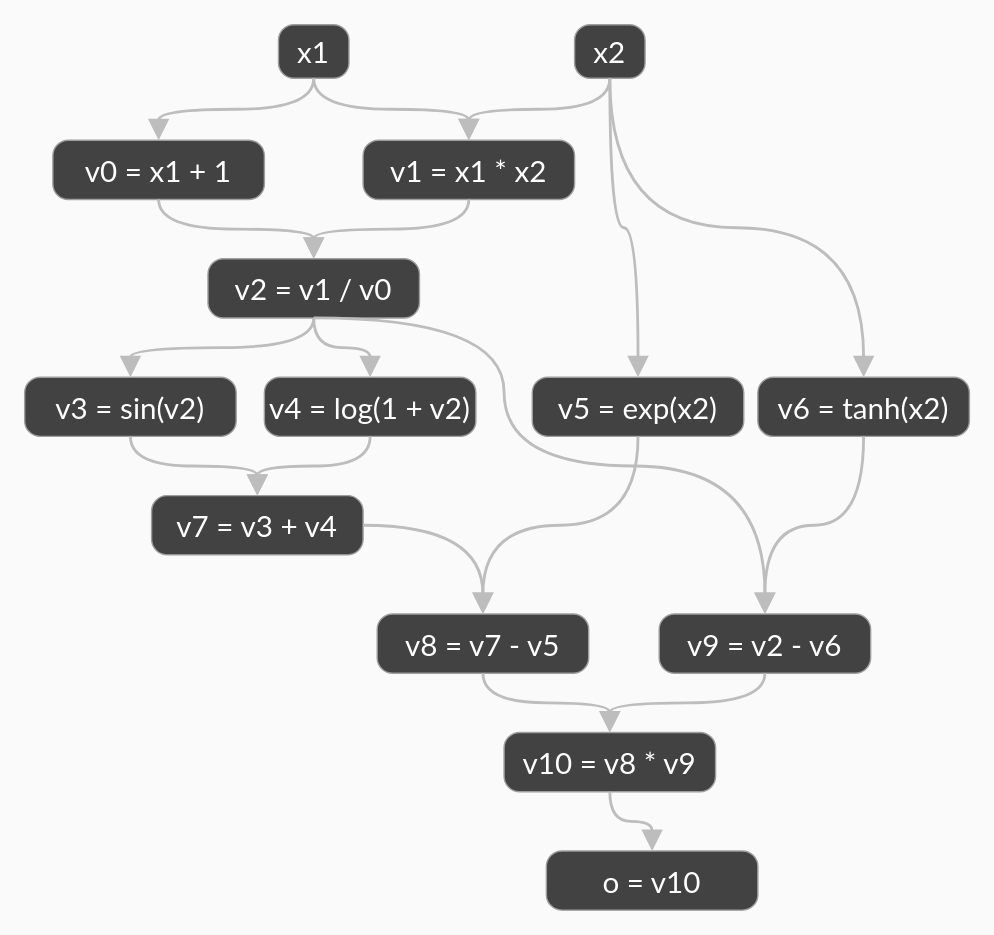
JiayinCao/AGraphicsGuyNotes keeps this draw.io diagram as img/posts/procedural_uv_derivatives_evaluation_in_sort_renderer/eval_graph_light.drawio. Above is the earlier version. Source tidied: cells renumbered, new cells numbered last; positions are measured from the earlier drawing's top-left corner, leaving out a move shared by most shapes. Both pictures are drawn from the tidied source at 141%, with x=0, y=0 at pixel (24, 24).
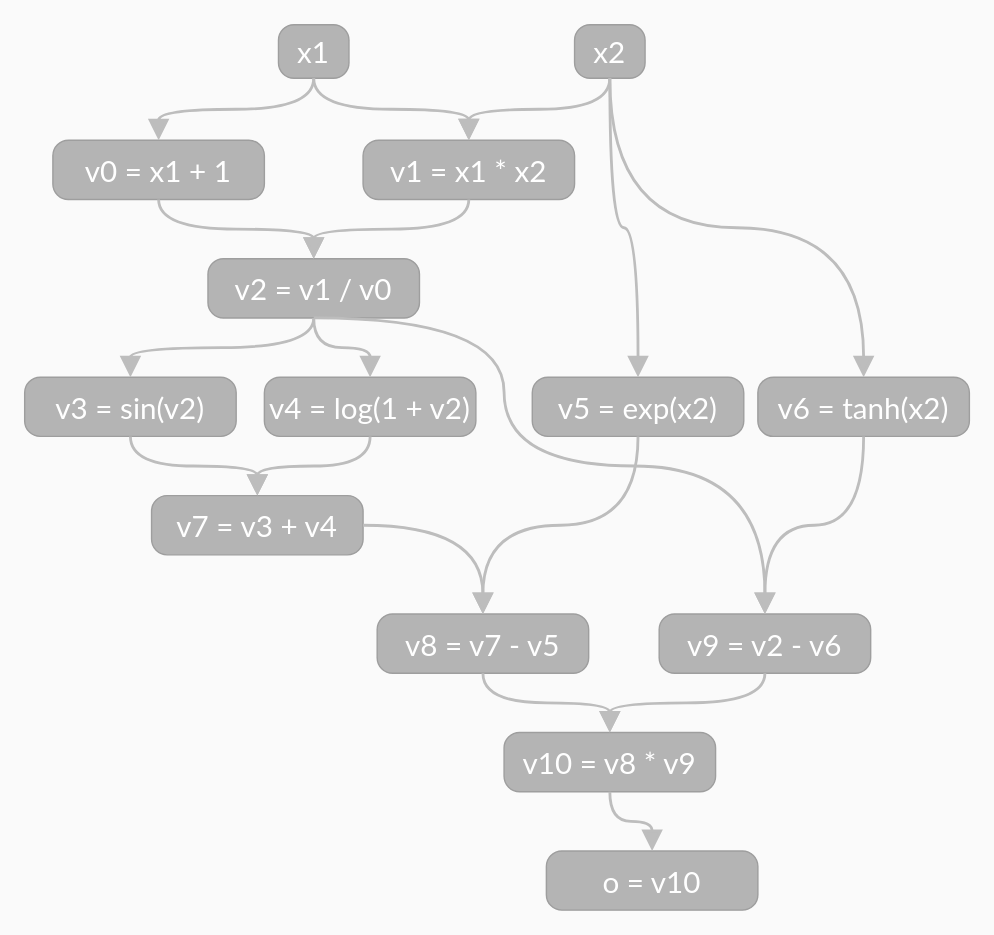
Above is the later version.

Commit message (it also covers changes not shown here):
Updated incorrect graph color

What changed in the source:
```diff
@@
-    <mxCell id="2" value="x1" style="rounded=1;absoluteArcSize=1;arcSize=22;whiteSpace=wrap;html=1;fillColor=#424242;strokeColor=light-dark(#9E9E9E,#080808);fontColor=#ffffff;fontFamily=Lato;fontSize=21;align=center;verticalAlign=middle;" parent="1" vertex="1">
+    <mxCell id="2" value="x1" style="rounded=1;absoluteArcSize=1;arcSize=22;whiteSpace=wrap;html=1;fillColor=light-dark(#B4B4B4,#B4B4B4);strokeColor=light-dark(#9E9E9E,#080808);fontColor=#ffffff;fontFamily=Lato;fontSize=21;align=center;verticalAlign=middle;" parent="1" vertex="1">
       <mxGeometry x="180" width="50" height="38" as="geometry" />
     </mxCell>
-    <mxCell id="3" value="x2" style="rounded=1;absoluteArcSize=1;arcSize=22;whiteSpace=wrap;html=1;fillColor=#424242;strokeColor=light-dark(#9E9E9E,#080808);fontColor=#ffffff;fontFamily=Lato;fontSize=21;align=center;verticalAlign=middle;" parent="1" vertex="1">
+    <mxCell id="3" value="x2" style="rounded=1;absoluteArcSize=1;arcSize=22;whiteSpace=wrap;html=1;fillColor=light-dark(#B4B4B4,#B4B4B4);strokeColor=light-dark(#9E9E9E,#080808);fontColor=#ffffff;fontFamily=Lato;fontSize=21;align=center;verticalAlign=middle;" parent="1" vertex="1">
       <mxGeometry x="390" width="50" height="38" as="geometry" />
     </mxCell>
-    <mxCell id="4" value="v0 = x1 + 1" style="rounded=1;absoluteArcSize=1;arcSize=22;whiteSpace=wrap;html=1;fillColor=#424242;strokeColor=light-dark(#9E9E9E,#080808);fontColor=#ffffff;fontFamily=Lato;fontSize=21;align=center;verticalAlign=middle;" parent="1" vertex="1">
+    <mxCell id="4" value="v0 = x1 + 1" style="rounded=1;absoluteArcSize=1;arcSize=22;whiteSpace=wrap;html=1;fillColor=light-dark(#B4B4B4,#B4B4B4);strokeColor=light-dark(#9E9E9E,#080808);fontColor=#ffffff;fontFamily=Lato;fontSize=21;align=center;verticalAlign=middle;" parent="1" vertex="1">
       <mxGeometry x="20" y="82" width="150" height="42" as="geometry" />
     </mxCell>
-    <mxCell id="5" value="v1 = x1 * x2" style="rounded=1;absoluteArcSize=1;arcSize=22;whiteSpace=wrap;html=1;fillColor=#424242;strokeColor=light-dark(#9E9E9E,#080808);fontColor=#ffffff;fontFamily=Lato;fontSize=21;align=center;verticalAlign=middle;" parent="1" vertex="1">
+    <mxCell id="5" value="v1 = x1 * x2" style="rounded=1;absoluteArcSize=1;arcSize=22;whiteSpace=wrap;html=1;fillColor=light-dark(#B4B4B4,#B4B4B4);strokeColor=light-dark(#9E9E9E,#080808);fontColor=#ffffff;fontFamily=Lato;fontSize=21;align=center;verticalAlign=middle;" parent="1" vertex="1">
       <mxGeometry x="240" y="82" width="150" height="42" as="geometry" />
     </mxCell>
-    <mxCell id="6" value="v2 = v1 / v0" style="rounded=1;absoluteArcSize=1;arcSize=22;whiteSpace=wrap;html=1;fillColor=#424242;strokeColor=light-dark(#9E9E9E,#080808);fontColor=#ffffff;fontFamily=Lato;fontSize=21;align=center;verticalAlign=middle;" parent="1" vertex="1">
+    <mxCell id="6" value="v2 = v1 / v0" style="rounded=1;absoluteArcSize=1;arcSize=22;whiteSpace=wrap;html=1;fillColor=light-dark(#B4B4B4,#B4B4B4);strokeColor=light-dark(#9E9E9E,#080808);fontColor=#ffffff;fontFamily=Lato;fontSize=21;align=center;verticalAlign=middle;" parent="1" vertex="1">
       <mxGeometry x="130" y="166" width="150" height="42" as="geometry" />
     </mxCell>
-    <mxCell id="7" value="v3 = sin(v2)" style="rounded=1;absoluteArcSize=1;arcSize=22;whiteSpace=wrap;html=1;fillColor=#424242;strokeColor=light-dark(#9E9E9E,#080808);fontColor=#ffffff;fontFamily=Lato;fontSize=21;align=center;verticalAlign=middle;" parent="1" vertex="1">
+    <mxCell id="7" value="v3 = sin(v2)" style="rounded=1;absoluteArcSize=1;arcSize=22;whiteSpace=wrap;html=1;fillColor=light-dark(#B4B4B4,#B4B4B4);strokeColor=light-dark(#9E9E9E,#080808);fontColor=#ffffff;fontFamily=Lato;fontSize=21;align=center;verticalAlign=middle;" parent="1" vertex="1">
       <mxGeometry y="250" width="150" height="42" as="geometry" />
     </mxCell>
-    <mxCell id="8" value="v4 = log(1 + v2)" style="rounded=1;absoluteArcSize=1;arcSize=22;whiteSpace=wrap;html=1;fillColor=#424242;strokeColor=light-dark(#9E9E9E,#080808);fontColor=#ffffff;fontFamily=Lato;fontSize=21;align=center;verticalAlign=middle;" parent="1" vertex="1">
+    <mxCell id="8" value="v4 = log(1 + v2)" style="rounded=1;absoluteArcSize=1;arcSize=22;whiteSpace=wrap;html=1;fillColor=light-dark(#B4B4B4,#B4B4B4);strokeColor=light-dark(#9E9E9E,#080808);fontColor=#ffffff;fontFamily=Lato;fontSize=21;align=center;verticalAlign=middle;" parent="1" vertex="1">
       <mxGeometry x="170" y="250" width="150" height="42" as="geometry" />
     </mxCell>
-    <mxCell id="9" value="v5 = exp(x2)" style="rounded=1;absoluteArcSize=1;arcSize=22;whiteSpace=wrap;html=1;fillColor=#424242;strokeColor=light-dark(#9E9E9E,#080808);fontColor=#ffffff;fontFamily=Lato;fontSize=21;align=center;verticalAlign=middle;" parent="1" vertex="1">
+    <mxCell id="9" value="v5 = exp(x2)" style="rounded=1;absoluteArcSize=1;arcSize=22;whiteSpace=wrap;html=1;fillColor=light-dark(#B4B4B4,#B4B4B4);strokeColor=light-dark(#9E9E9E,#080808);fontColor=#ffffff;fontFamily=Lato;fontSize=21;align=center;verticalAlign=middle;" parent="1" vertex="1">
       <mxGeometry x="360" y="250" width="150" height="42" as="geometry" />
     </mxCell>
-    <mxCell id="10" value="v6 = tanh(x2)" style="rounded=1;absoluteArcSize=1;arcSize=22;whiteSpace=wrap;html=1;fillColor=#424242;strokeColor=light-dark(#9E9E9E,#080808);fontColor=#ffffff;fontFamily=Lato;fontSize=21;align=center;verticalAlign=middle;" parent="1" vertex="1">
+    <mxCell id="10" value="v6 = tanh(x2)" style="rounded=1;absoluteArcSize=1;arcSize=22;whiteSpace=wrap;html=1;fillColor=light-dark(#B4B4B4,#B4B4B4);strokeColor=light-dark(#9E9E9E,#080808);fontColor=#ffffff;fontFamily=Lato;fontSize=21;align=center;verticalAlign=middle;" parent="1" vertex="1">
       <mxGeometry x="520" y="250" width="150" height="42" as="geometry" />
     </mxCell>
-    <mxCell id="11" value="v7 = v3 + v4" style="rounded=1;absoluteArcSize=1;arcSize=22;whiteSpace=wrap;html=1;fillColor=#424242;strokeColor=light-dark(#9E9E9E,#080808);fontColor=#ffffff;fontFamily=Lato;fontSize=21;align=center;verticalAlign=middle;" parent="1" vertex="1">
+    <mxCell id="11" value="v7 = v3 + v4" style="rounded=1;absoluteArcSize=1;arcSize=22;whiteSpace=wrap;html=1;fillColor=light-dark(#B4B4B4,#B4B4B4);strokeColor=light-dark(#9E9E9E,#080808);fontColor=#ffffff;fontFamily=Lato;fontSize=21;align=center;verticalAlign=middle;" parent="1" vertex="1">
       <mxGeometry x="90" y="334" width="150" height="42" as="geometry" />
     </mxCell>
-    <mxCell id="12" value="v8 = v7 - v5" style="rounded=1;absoluteArcSize=1;arcSize=22;whiteSpace=wrap;html=1;fillColor=#424242;strokeColor=light-dark(#9E9E9E,#080808);fontColor=#ffffff;fontFamily=Lato;fontSize=21;align=center;verticalAlign=middle;" parent="1" vertex="1">
+    <mxCell id="12" value="v8 = v7 - v5" style="rounded=1;absoluteArcSize=1;arcSize=22;whiteSpace=wrap;html=1;fillColor=light-dark(#B4B4B4,#B4B4B4);strokeColor=light-dark(#9E9E9E,#080808);fontColor=#ffffff;fontFamily=Lato;fontSize=21;align=center;verticalAlign=middle;" parent="1" vertex="1">
       <mxGeometry x="250" y="418" width="150" height="42" as="geometry" />
     </mxCell>
-    <mxCell id="13" value="v9 = v2 - v6" style="rounded=1;absoluteArcSize=1;arcSize=22;whiteSpace=wrap;html=1;fillColor=#424242;strokeColor=light-dark(#9E9E9E,#080808);fontColor=#ffffff;fontFamily=Lato;fontSize=21;align=center;verticalAlign=middle;" parent="1" vertex="1">
+    <mxCell id="13" value="v9 = v2 - v6" style="rounded=1;absoluteArcSize=1;arcSize=22;whiteSpace=wrap;html=1;fillColor=light-dark(#B4B4B4,#B4B4B4);strokeColor=light-dark(#9E9E9E,#080808);fontColor=#ffffff;fontFamily=Lato;fontSize=21;align=center;verticalAlign=middle;" parent="1" vertex="1">
       <mxGeometry x="450" y="418" width="150" height="42" as="geometry" />
     </mxCell>
-    <mxCell id="14" value="v10 = v8 * v9" style="rounded=1;absoluteArcSize=1;arcSize=22;whiteSpace=wrap;html=1;fillColor=#424242;strokeColor=light-dark(#9E9E9E,#080808);fontColor=#ffffff;fontFamily=Lato;fontSize=21;align=center;verticalAlign=middle;" parent="1" vertex="1">
+    <mxCell id="14" value="v10 = v8 * v9" style="rounded=1;absoluteArcSize=1;arcSize=22;whiteSpace=wrap;html=1;fillColor=light-dark(#B4B4B4,#B4B4B4);strokeColor=light-dark(#9E9E9E,#080808);fontColor=#ffffff;fontFamily=Lato;fontSize=21;align=center;verticalAlign=middle;" parent="1" vertex="1">
       <mxGeometry x="340" y="502" width="150" height="42" as="geometry" />
     </mxCell>
-    <mxCell id="15" value="o = v10" style="rounded=1;absoluteArcSize=1;arcSize=22;whiteSpace=wrap;html=1;fillColor=#424242;strokeColor=light-dark(#9E9E9E,#080808);fontColor=#ffffff;fontFamily=Lato;fontSize=21;align=center;verticalAlign=middle;" parent="1" vertex="1">
+    <mxCell id="15" value="o = v10" style="rounded=1;absoluteArcSize=1;arcSize=22;whiteSpace=wrap;html=1;fillColor=light-dark(#B4B4B4,#B4B4B4);strokeColor=light-dark(#9E9E9E,#080808);fontColor=#ffffff;fontFamily=Lato;fontSize=21;align=center;verticalAlign=middle;" parent="1" vertex="1">
       <mxGeometry x="370" y="586" width="150" height="42" as="geometry" />
     </mxCell>
```
